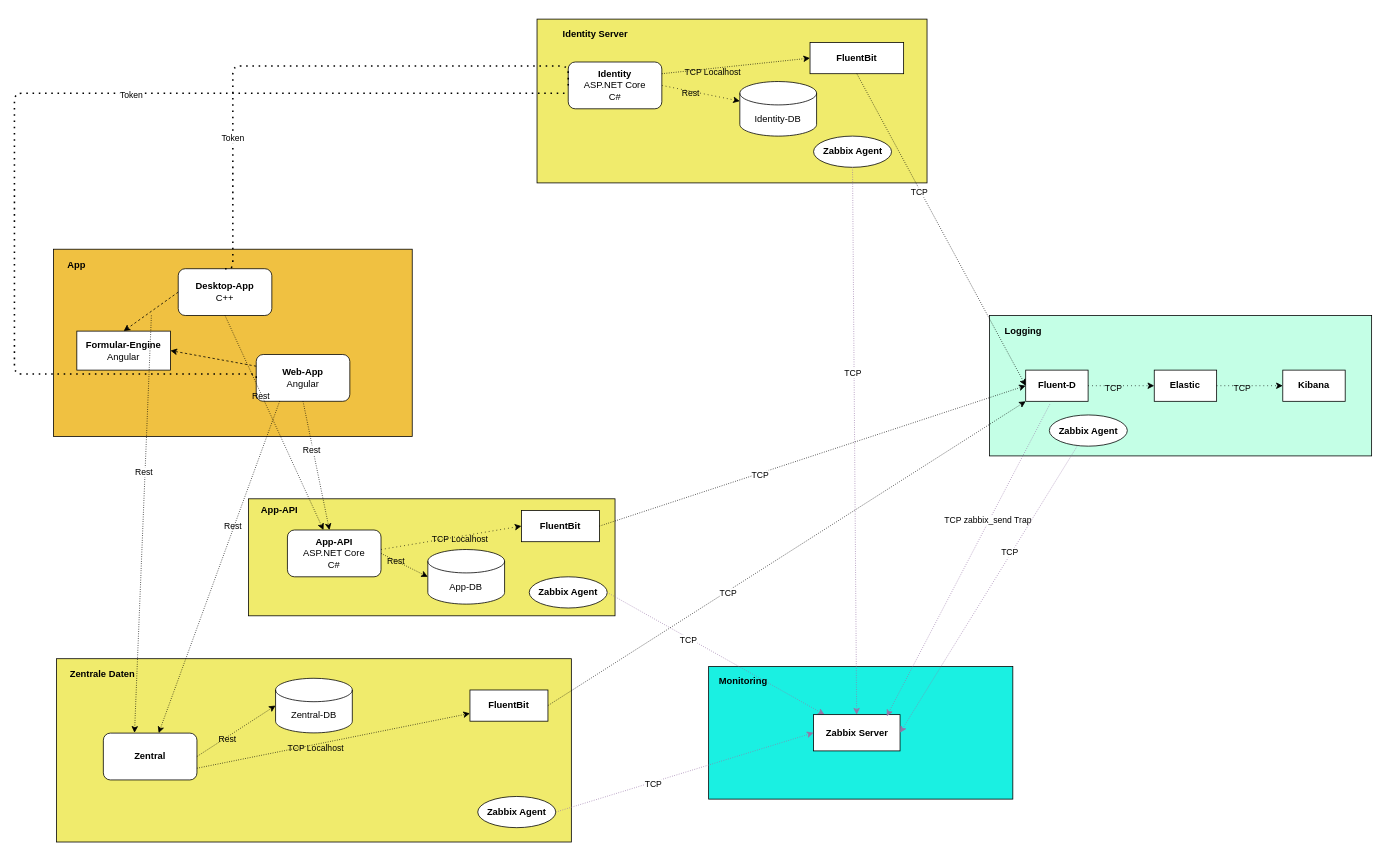
This is NextGen.drawio from mats68/next-gen-diagramm, a draw.io file, before an edit. Source tidied: cells renumbered, new cells numbered last; positions are measured from the earlier drawing's top-left corner, leaving out a move shared by most shapes. Both pictures are drawn from the tidied source at 78%, with x=0, y=0 at pixel (14, 19).
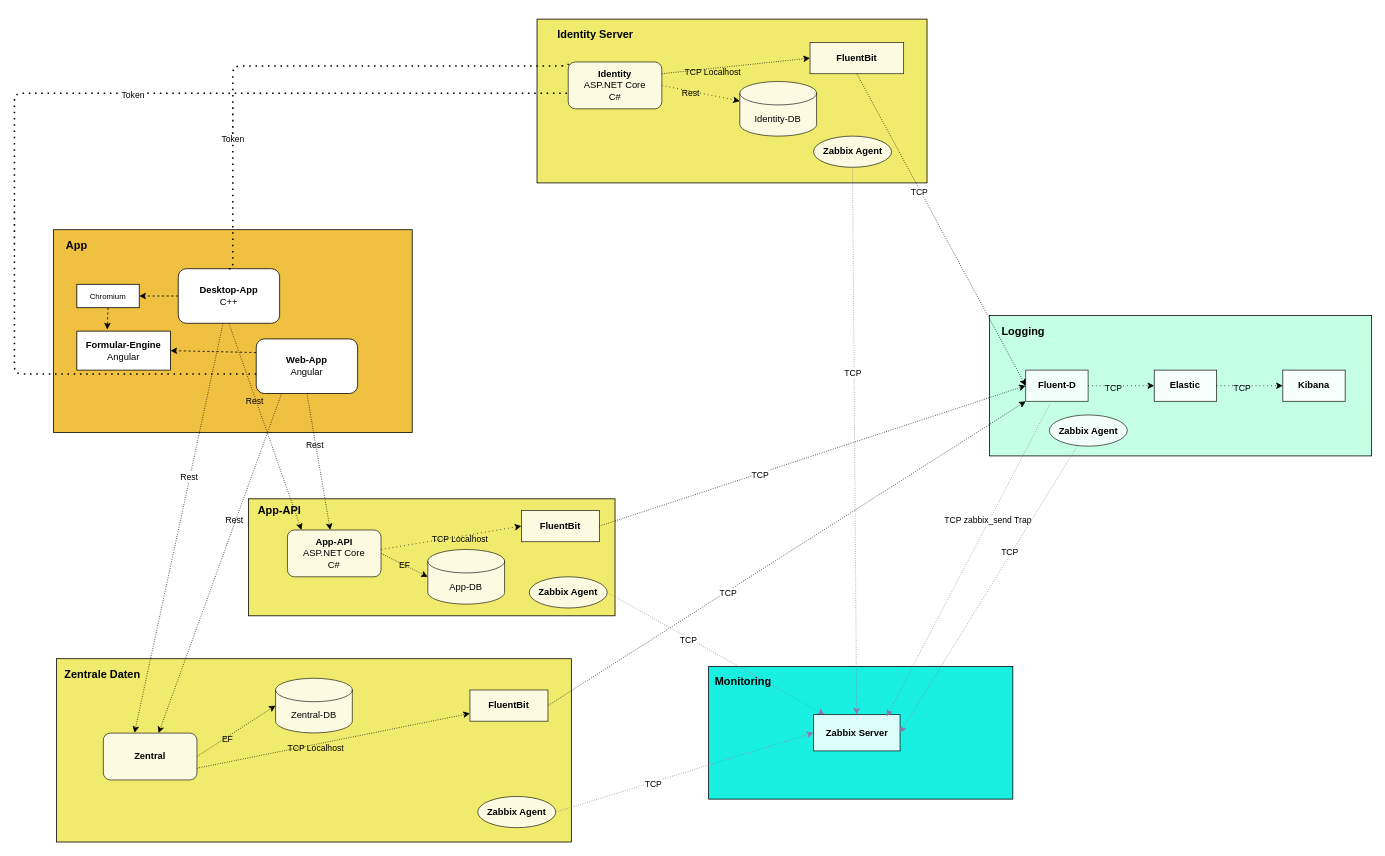
The same diagram, later.

Unchanged cells that the change refers to:
```xml
<mxCell id="10" value="Formular-Engine&lt;br&gt;&lt;span style=&quot;font-weight: normal&quot;&gt;Angular&lt;/span&gt;" style="rounded=0;whiteSpace=wrap;html=1;fontStyle=1;" parent="1" vertex="1">
  <mxGeometry x="80" y="400" width="120" height="50" as="geometry" />
</mxCell>
<mxCell id="40" style="edgeStyle=none;rounded=0;jettySize=auto;html=1;exitX=0.5;exitY=1;exitDx=0;exitDy=0;dashed=1;dashPattern=1 2;" parent="1" edge="1" source="4" target="80">
  <mxGeometry relative="1" as="geometry" />
</mxCell>
<mxCell id="48" style="edgeStyle=none;rounded=0;jettySize=auto;html=1;exitX=1;exitY=0.5;exitDx=0;exitDy=0;entryX=0;entryY=0.5;entryDx=0;entryDy=0;entryPerimeter=0;dashed=1;dashPattern=1 2;" parent="1" edge="1" source="43" target="44">
  <mxGeometry x="84" y="790" as="geometry" />
</mxCell>
```

Diff of the diagram source:
```diff
@@
     <mxCell id="3" style="rounded=0;whiteSpace=wrap;html=1;fillColor=#F0C141;" parent="1" vertex="1">
-      <mxGeometry x="50" y="295" width="460" height="240" as="geometry" />
+      <mxGeometry x="50" y="270" width="460" height="260" as="geometry" />
     </mxCell>
     <mxCell id="4" value="&lt;b&gt;Web-App&lt;/b&gt;&lt;br&gt;Angular" style="rounded=1;whiteSpace=wrap;html=1;" parent="1" vertex="1">
-      <mxGeometry x="310" y="430" width="120" height="60" as="geometry" />
+      <mxGeometry x="310" y="410" width="130" height="70" as="geometry" />
     </mxCell>
@@
-    <mxCell id="8" value="&lt;b&gt;Identity&lt;/b&gt;&lt;br&gt;ASP.NET Core&lt;br&gt;C#" style="rounded=1;whiteSpace=wrap;html=1;" parent="1" vertex="1">
+    <mxCell id="8" value="&lt;b&gt;Identity&lt;/b&gt;&lt;br&gt;ASP.NET Core&lt;br&gt;C#" style="rounded=1;whiteSpace=wrap;html=1;opacity=80;" parent="1" vertex="1">
       <mxGeometry x="710" y="55" width="120" height="60" as="geometry" />
     </mxCell>
     <mxCell id="9" value="&lt;b&gt;Desktop-App&lt;/b&gt;&lt;br&gt;C++" style="rounded=1;whiteSpace=wrap;html=1;" parent="1" vertex="1">
-      <mxGeometry x="210" y="320" width="120" height="60" as="geometry" />
+      <mxGeometry x="210" y="320" width="130" height="70" as="geometry" />
     </mxCell>
@@
-    <mxCell id="14" value="&lt;b&gt;App&lt;/b&gt;" style="text;html=1;strokeColor=none;fillColor=none;align=center;verticalAlign=middle;whiteSpace=wrap;rounded=0;" parent="1" vertex="1">
-      <mxGeometry x="60" y="305" width="40" height="20" as="geometry" />
+    <mxCell id="14" value="&lt;b style=&quot;font-size: 14px;&quot;&gt;App&lt;/b&gt;" style="text;html=1;strokeColor=none;fillColor=none;align=center;verticalAlign=middle;whiteSpace=wrap;rounded=0;fontSize=14;" parent="1" vertex="1">
+      <mxGeometry x="60" y="280" width="40" height="20" as="geometry" />
     </mxCell>
-    <mxCell id="15" value="Identity-DB" style="shape=cylinder3;whiteSpace=wrap;html=1;boundedLbl=1;backgroundOutline=1;size=15;" parent="1" vertex="1">
+    <mxCell id="15" value="Identity-DB" style="shape=cylinder3;whiteSpace=wrap;html=1;boundedLbl=1;backgroundOutline=1;size=15;opacity=80;" parent="1" vertex="1">
       <mxGeometry x="930" y="80" width="98.4" height="70" as="geometry" />
     </mxCell>
-    <mxCell id="16" value="&lt;b&gt;FluentBit&lt;/b&gt;" style="rounded=0;whiteSpace=wrap;html=1;" parent="1" vertex="1">
+    <mxCell id="16" value="&lt;b&gt;FluentBit&lt;/b&gt;" style="rounded=0;whiteSpace=wrap;html=1;opacity=80;" parent="1" vertex="1">
       <mxGeometry x="1020" y="30" width="120" height="40" as="geometry" />
     </mxCell>
-    <mxCell id="17" value="&lt;b&gt;FluentBit&lt;/b&gt;" style="rounded=0;whiteSpace=wrap;html=1;" parent="1" vertex="1">
+    <mxCell id="17" value="&lt;b&gt;FluentBit&lt;/b&gt;" style="rounded=0;whiteSpace=wrap;html=1;opacity=80;" parent="1" vertex="1">
       <mxGeometry x="650" y="630" width="100" height="40" as="geometry" />
     </mxCell>
-    <mxCell id="18" value="&lt;b&gt;Zabbix Agent&lt;/b&gt;" style="ellipse;whiteSpace=wrap;html=1;" parent="1" vertex="1">
+    <mxCell id="18" value="&lt;b&gt;Zabbix Agent&lt;/b&gt;" style="ellipse;whiteSpace=wrap;html=1;opacity=80;" parent="1" vertex="1">
       <mxGeometry x="1024.5" y="150" width="100" height="40" as="geometry" />
     </mxCell>
-    <mxCell id="19" value="&lt;b&gt;Zabbix Agent&lt;/b&gt;" style="ellipse;whiteSpace=wrap;html=1;" parent="1" vertex="1">
+    <mxCell id="19" value="&lt;b&gt;Zabbix Agent&lt;/b&gt;" style="ellipse;whiteSpace=wrap;html=1;opacity=80;" parent="1" vertex="1">
       <mxGeometry x="660" y="715" width="100" height="40" as="geometry" />
     </mxCell>
@@
-    <mxCell id="21" value="&lt;b&gt;Identity Server&lt;/b&gt;" style="text;html=1;strokeColor=none;fillColor=none;align=center;verticalAlign=middle;whiteSpace=wrap;rounded=0;" parent="1" vertex="1">
+    <mxCell id="21" value="&lt;b style=&quot;font-size: 14px;&quot;&gt;Identity Server&lt;/b&gt;" style="text;html=1;strokeColor=none;fillColor=none;align=center;verticalAlign=middle;whiteSpace=wrap;rounded=0;fontSize=14;" parent="1" vertex="1">
       <mxGeometry x="690" y="10" width="110" height="20" as="geometry" />
     </mxCell>
@@
-    <mxCell id="30" style="endArrow=none;dashed=1;html=1;dashPattern=1 3;strokeWidth=2;entryX=0;entryY=0.5;entryDx=0;entryDy=0;exitX=0.5;exitY=0;exitDx=0;exitDy=0;edgeStyle=orthogonalEdgeStyle;" parent="1" edge="1" source="9" target="8">
+    <mxCell id="30" style="endArrow=none;dashed=1;html=1;dashPattern=1 3;strokeWidth=2;entryX=0;entryY=0;entryDx=0;entryDy=0;exitX=0.5;exitY=0;exitDx=0;exitDy=0;edgeStyle=orthogonalEdgeStyle;" parent="1" edge="1" source="9" target="8">
       <mxGeometry relative="1" as="geometry">
         <Array as="points">
+          <mxPoint x="280" y="320" />
           <mxPoint x="280" y="60" />
           <mxPoint x="710" y="60" />
         </Array>
       </mxGeometry>
     </mxCell>
@@
-    <mxCell id="32" style="endArrow=none;dashed=1;html=1;dashPattern=1 3;strokeWidth=2;exitX=0;exitY=0.5;exitDx=0;exitDy=0;edgeStyle=orthogonalEdgeStyle;" parent="1" edge="1" source="4">
+    <mxCell id="32" style="endArrow=none;dashed=1;html=1;dashPattern=1 3;strokeWidth=2;edgeStyle=orthogonalEdgeStyle;" parent="1" edge="1">
       <mxGeometry relative="1" as="geometry">
+        <mxPoint x="310" y="455" as="sourcePoint" />
         <mxPoint x="710" y="95" as="targetPoint" />
         <Array as="points">
           <mxPoint y="455" />
           <mxPoint y="95" />
         </Array>
       </mxGeometry>
     </mxCell>
@@
-    <mxCell id="35" value="Monitoring&lt;br&gt;" style="text;html=1;strokeColor=none;fillColor=none;align=center;verticalAlign=middle;whiteSpace=wrap;rounded=0;fontStyle=1;" parent="1" vertex="1">
+    <mxCell id="35" value="Monitoring&lt;br style=&quot;font-size: 14px;&quot;&gt;" style="text;html=1;strokeColor=none;fillColor=none;align=center;verticalAlign=middle;whiteSpace=wrap;rounded=0;fontStyle=1;fontSize=14;" parent="1" vertex="1">
       <mxGeometry x="870" y="836.9" width="129.4" height="23.3" as="geometry" />
     </mxCell>
-    <mxCell id="36" value="&lt;b&gt;Zabbix Server&lt;/b&gt;" style="rounded=0;whiteSpace=wrap;html=1;" parent="1" vertex="1">
+    <mxCell id="36" value="&lt;b&gt;Zabbix Server&lt;/b&gt;" style="rounded=0;whiteSpace=wrap;html=1;strokeWidth=1;perimeterSpacing=0;opacity=85;" parent="1" vertex="1">
       <mxGeometry x="1024.5" y="891.7" width="110.9" height="46.5" as="geometry" />
     </mxCell>
-    <mxCell id="37" style="endArrow=classic;html=1;entryX=0.5;entryY=0;entryDx=0;entryDy=0;dashed=1;exitX=0;exitY=0.5;exitDx=0;exitDy=0;" parent="1" edge="1" source="9" target="10">
+    <mxCell id="37" style="endArrow=classic;html=1;entryX=1;entryY=0.5;entryDx=0;entryDy=0;dashed=1;exitX=0;exitY=0.5;exitDx=0;exitDy=0;" parent="1" edge="1" source="9" target="84">
       <mxGeometry relative="1" as="geometry" />
     </mxCell>
-    <mxCell id="38" style="edgeStyle=none;rounded=0;jettySize=auto;html=1;exitX=0.5;exitY=1;exitDx=0;exitDy=0;dashed=1;dashPattern=1 2;" parent="1" edge="1" source="9" target="80">
+    <mxCell id="38" style="edgeStyle=none;rounded=0;jettySize=auto;html=1;exitX=0.5;exitY=1;exitDx=0;exitDy=0;dashed=1;dashPattern=1 2;entryX=0.15;entryY=0;entryDx=0;entryDy=0;entryPerimeter=0;" parent="1" edge="1" source="9" target="80">
       <mxGeometry relative="1" as="geometry" />
     </mxCell>
@@
-    <mxCell id="41" value="Rest" style="edgeLabel;html=1;align=center;verticalAlign=middle;" parent="40" vertex="1">
+    <mxCell id="41" value="Rest" style="edgeLabel;html=1;align=center;verticalAlign=middle;labelBackgroundColor=none;" parent="40" vertex="1">
       <mxGeometry x="-0.25" y="-2" relative="1" as="geometry" />
     </mxCell>
@@
-    <mxCell id="43" value="&lt;b&gt;Zentral&lt;/b&gt;" style="rounded=1;whiteSpace=wrap;html=1;" parent="1" vertex="1">
+    <mxCell id="43" value="&lt;b&gt;Zentral&lt;/b&gt;" style="rounded=1;whiteSpace=wrap;html=1;opacity=80;" parent="1" vertex="1">
       <mxGeometry x="114" y="915.4" width="120" height="60" as="geometry" />
     </mxCell>
-    <mxCell id="44" value="Zentral-DB" style="shape=cylinder3;whiteSpace=wrap;html=1;boundedLbl=1;backgroundOutline=1;size=15;" parent="1" vertex="1">
+    <mxCell id="44" value="Zentral-DB" style="shape=cylinder3;whiteSpace=wrap;html=1;boundedLbl=1;backgroundOutline=1;size=15;opacity=80;" parent="1" vertex="1">
       <mxGeometry x="334.8" y="845.1" width="98.4" height="70" as="geometry" />
     </mxCell>
-    <mxCell id="45" value="&lt;b&gt;Zentrale Daten&lt;/b&gt;" style="text;html=1;strokeColor=none;fillColor=none;align=center;verticalAlign=middle;whiteSpace=wrap;rounded=0;" parent="1" vertex="1">
+    <mxCell id="45" value="&lt;b style=&quot;font-size: 14px;&quot;&gt;Zentrale Daten&lt;/b&gt;" style="text;html=1;strokeColor=none;fillColor=none;align=center;verticalAlign=middle;whiteSpace=wrap;rounded=0;fontSize=14;" parent="1" vertex="1">
       <mxGeometry x="60" y="830" width="106" height="20" as="geometry" />
     </mxCell>
-    <mxCell id="46" value="&lt;b&gt;FluentBit&lt;/b&gt;" style="rounded=0;whiteSpace=wrap;html=1;" parent="1" vertex="1">
+    <mxCell id="46" value="&lt;b&gt;FluentBit&lt;/b&gt;" style="rounded=0;whiteSpace=wrap;html=1;opacity=80;" parent="1" vertex="1">
       <mxGeometry x="584" y="860.1" width="100" height="40" as="geometry" />
     </mxCell>
-    <mxCell id="47" value="&lt;b&gt;Zabbix Agent&lt;/b&gt;" style="ellipse;whiteSpace=wrap;html=1;" parent="1" vertex="1">
+    <mxCell id="47" value="&lt;b&gt;Zabbix Agent&lt;/b&gt;" style="ellipse;whiteSpace=wrap;html=1;opacity=80;" parent="1" vertex="1">
       <mxGeometry x="594" y="996.6" width="100" height="40" as="geometry" />
     </mxCell>
@@
-    <mxCell id="49" value="Rest" style="edgeLabel;html=1;align=center;verticalAlign=middle;labelBackgroundColor=none;" parent="48" vertex="1">
+    <mxCell id="49" value="EF" style="edgeLabel;html=1;align=center;verticalAlign=middle;labelBackgroundColor=none;" parent="48" vertex="1">
       <mxGeometry x="-0.25" y="-2" relative="1" as="geometry" />
     </mxCell>
@@
-    <mxCell id="52" style="edgeStyle=none;rounded=0;jettySize=auto;html=1;dashed=1;dashPattern=1 2;exitX=0.273;exitY=0.354;exitDx=0;exitDy=0;exitPerimeter=0;entryX=0.333;entryY=-0.007;entryDx=0;entryDy=0;entryPerimeter=0;" parent="1" edge="1" source="3" target="43">
+    <mxCell id="52" style="edgeStyle=none;rounded=0;jettySize=auto;html=1;dashed=1;dashPattern=1 2;exitX=0.442;exitY=1;exitDx=0;exitDy=0;exitPerimeter=0;entryX=0.333;entryY=-0.007;entryDx=0;entryDy=0;entryPerimeter=0;" parent="1" edge="1" source="9" target="43">
       <mxGeometry relative="1" as="geometry" />
     </mxCell>
@@
-    <mxCell id="58" style="group;" parent="1" vertex="1">
-      <mxGeometry x="1250" y="380" width="490" height="180" as="geometry" />
-    </mxCell>
+    <mxCell id="79" value="App-DB" style="shape=cylinder3;whiteSpace=wrap;html=1;boundedLbl=1;backgroundOutline=1;size=15;opacity=80;" parent="1" vertex="1">
+      <mxGeometry x="530" y="680" width="98.4" height="70" as="geometry" />
+    </mxCell>
+    <mxCell id="80" value="&lt;b&gt;App-API&lt;/b&gt;&lt;br&gt;ASP.NET Core&lt;br&gt;C#" style="rounded=1;whiteSpace=wrap;html=1;opacity=80;" parent="1" vertex="1">
+      <mxGeometry x="350" y="655" width="120" height="60" as="geometry" />
+    </mxCell>
+    <mxCell id="81" value="EF" style="endArrow=classic;html=1;dashed=1;dashPattern=1 2;exitX=1;exitY=0.5;exitDx=0;exitDy=0;entryX=0;entryY=0.5;entryDx=0;entryDy=0;entryPerimeter=0;labelBackgroundColor=none;" parent="1" edge="1" source="80" target="79">
+      <mxGeometry x="330" y="585" as="geometry" />
+    </mxCell>
+    <mxCell id="83" value="&lt;b style=&quot;font-size: 14px;&quot;&gt;App-API&lt;/b&gt;" style="text;html=1;strokeColor=none;fillColor=none;align=center;verticalAlign=middle;whiteSpace=wrap;rounded=0;fontSize=14;" parent="1" vertex="1">
+      <mxGeometry x="310" y="620" width="60" height="20" as="geometry" />
+    </mxCell>
+    <mxCell id="84" value="Chromium" style="rounded=0;whiteSpace=wrap;html=1;fontStyle=0;fontSize=10;labelBackgroundColor=none;" parent="1" vertex="1">
+      <mxGeometry x="80" y="340" width="80" height="30" as="geometry" />
+    </mxCell>
+    <mxCell id="85" style="endArrow=classic;html=1;dashed=1;exitX=0.5;exitY=1;exitDx=0;exitDy=0;entryX=0.325;entryY=-0.04;entryDx=0;entryDy=0;entryPerimeter=0;" parent="1" edge="1" source="84" target="10">
+      <mxGeometry relative="1" as="geometry" />
+    </mxCell>
-    <mxCell id="59" style="rounded=0;whiteSpace=wrap;html=1;fillColor=#C4FFE6;" parent="58" vertex="1">
-      <mxGeometry width="490" height="180" as="geometry" />
+    <mxCell id="59" style="rounded=0;whiteSpace=wrap;html=1;fillColor=#C4FFE6;fontStyle=4;" parent="1" vertex="1">
+      <mxGeometry x="1250" y="380" width="490" height="180" as="geometry" />
     </mxCell>
-    <mxCell id="60" value="&lt;b&gt;Logging&lt;/b&gt;" style="text;html=1;strokeColor=none;fillColor=none;align=center;verticalAlign=middle;whiteSpace=wrap;rounded=0;" parent="58" vertex="1">
-      <mxGeometry x="20" y="10" width="46.8" height="20" as="geometry" />
+    <mxCell id="60" value="&lt;b style=&quot;font-size: 14px;&quot;&gt;Logging&lt;/b&gt;" style="text;html=1;strokeColor=none;fillColor=none;align=center;verticalAlign=middle;whiteSpace=wrap;rounded=0;fontSize=14;" parent="1" vertex="1">
+      <mxGeometry x="1270" y="390" width="46.8" height="20" as="geometry" />
     </mxCell>
-    <mxCell id="61" value="&lt;b&gt;Fluent-D&lt;/b&gt;" style="rounded=0;whiteSpace=wrap;html=1;" parent="58" vertex="1">
-      <mxGeometry x="46.5" y="70" width="80" height="40" as="geometry" />
+    <mxCell id="61" value="&lt;b&gt;Fluent-D&lt;/b&gt;" style="rounded=0;whiteSpace=wrap;html=1;opacity=80;" parent="1" vertex="1">
+      <mxGeometry x="1296.5" y="450" width="80" height="40" as="geometry" />
     </mxCell>
-    <mxCell id="62" value="&lt;b&gt;Elastic&lt;br&gt;&lt;/b&gt;" style="rounded=0;whiteSpace=wrap;html=1;" parent="58" vertex="1">
-      <mxGeometry x="211.3" y="70" width="80" height="40" as="geometry" />
+    <mxCell id="62" value="&lt;b&gt;Elastic&lt;br&gt;&lt;/b&gt;" style="rounded=0;whiteSpace=wrap;html=1;opacity=85;" parent="1" vertex="1">
+      <mxGeometry x="1461.3" y="450" width="80" height="40" as="geometry" />
     </mxCell>
-    <mxCell id="63" value="&lt;b&gt;Kibana&lt;/b&gt;" style="rounded=0;whiteSpace=wrap;html=1;" parent="58" vertex="1">
-      <mxGeometry x="376.1" y="70" width="80" height="40" as="geometry" />
+    <mxCell id="63" value="&lt;b&gt;Kibana&lt;/b&gt;" style="rounded=0;whiteSpace=wrap;html=1;opacity=85;" parent="1" vertex="1">
+      <mxGeometry x="1626.1" y="450" width="80" height="40" as="geometry" />
     </mxCell>
-    <mxCell id="64" value="&lt;b&gt;Zabbix Agent&lt;/b&gt;" style="ellipse;whiteSpace=wrap;html=1;" parent="58" vertex="1">
-      <mxGeometry x="76.8" y="127.5" width="100" height="40" as="geometry" />
+    <mxCell id="64" value="&lt;b&gt;Zabbix Agent&lt;/b&gt;" style="ellipse;whiteSpace=wrap;html=1;opacity=80;" parent="1" vertex="1">
+      <mxGeometry x="1326.8" y="507.5" width="100" height="40" as="geometry" />
     </mxCell>
-    <mxCell id="65" style="edgeStyle=none;rounded=0;jettySize=auto;html=1;exitX=1;exitY=0.5;exitDx=0;exitDy=0;entryX=0;entryY=0.5;entryDx=0;entryDy=0;dashed=1;dashPattern=1 4;" parent="58" edge="1" source="61" target="62">
-      <mxGeometry x="10" y="5" as="geometry" />
+    <mxCell id="65" style="edgeStyle=none;rounded=0;jettySize=auto;html=1;exitX=1;exitY=0.5;exitDx=0;exitDy=0;entryX=0;entryY=0.5;entryDx=0;entryDy=0;dashed=1;dashPattern=1 4;" parent="1" edge="1" source="61" target="62">
+      <mxGeometry x="1290" y="355" as="geometry" />
     </mxCell>
@@
-    <mxCell id="67" style="edgeStyle=none;rounded=0;jettySize=auto;html=1;exitX=1;exitY=0.5;exitDx=0;exitDy=0;entryX=0;entryY=0.5;entryDx=0;entryDy=0;labelBackgroundColor=none;dashed=1;dashPattern=1 4;" parent="58" edge="1" source="62" target="63">
-      <mxGeometry x="10" y="5" as="geometry" />
+    <mxCell id="67" style="edgeStyle=none;rounded=0;jettySize=auto;html=1;exitX=1;exitY=0.5;exitDx=0;exitDy=0;entryX=0;entryY=0.5;entryDx=0;entryDy=0;labelBackgroundColor=none;dashed=1;dashPattern=1 4;" parent="1" edge="1" source="62" target="63">
+      <mxGeometry x="1290" y="355" as="geometry" />
     </mxCell>
@@
+    <mxCell id="75" style="edgeStyle=none;rounded=0;jettySize=auto;html=1;exitX=1;exitY=0.5;exitDx=0;exitDy=0;entryX=0;entryY=0.5;entryDx=0;entryDy=0;dashed=1;dashPattern=1 2;" parent="1" edge="1" source="17" target="61">
+      <mxGeometry relative="1" as="geometry" />
+    </mxCell>
+    <mxCell id="76" value="TCP" style="edgeLabel;html=1;align=center;verticalAlign=middle;" parent="75" vertex="1">
+      <mxGeometry x="-0.25" y="-2" relative="1" as="geometry" />
+    </mxCell>
+    <mxCell id="77" style="edgeStyle=none;rounded=0;jettySize=auto;html=1;exitX=1;exitY=0.5;exitDx=0;exitDy=0;dashed=1;dashPattern=1 2;entryX=0;entryY=1;entryDx=0;entryDy=0;" parent="1" edge="1" source="46" target="61">
+      <mxGeometry relative="1" as="geometry" />
+    </mxCell>
+    <mxCell id="78" value="TCP" style="edgeLabel;html=1;align=center;verticalAlign=middle;" parent="77" vertex="1">
+      <mxGeometry x="-0.25" y="-2" relative="1" as="geometry" />
+    </mxCell>
@@
-    <mxCell id="75" style="edgeStyle=none;rounded=0;jettySize=auto;html=1;exitX=1;exitY=0.5;exitDx=0;exitDy=0;entryX=0;entryY=0.5;entryDx=0;entryDy=0;dashed=1;dashPattern=1 2;" parent="1" edge="1" source="17" target="61">
-      <mxGeometry relative="1" as="geometry" />
-    </mxCell>
-    <mxCell id="76" value="TCP" style="edgeLabel;html=1;align=center;verticalAlign=middle;" parent="75" vertex="1">
-      <mxGeometry x="-0.25" y="-2" relative="1" as="geometry" />
-    </mxCell>
-    <mxCell id="77" style="edgeStyle=none;rounded=0;jettySize=auto;html=1;exitX=1;exitY=0.5;exitDx=0;exitDy=0;dashed=1;dashPattern=1 2;entryX=0;entryY=1;entryDx=0;entryDy=0;" parent="1" edge="1" source="46" target="61">
-      <mxGeometry relative="1" as="geometry" />
-    </mxCell>
-    <mxCell id="78" value="TCP" style="edgeLabel;html=1;align=center;verticalAlign=middle;" parent="77" vertex="1">
-      <mxGeometry x="-0.25" y="-2" relative="1" as="geometry" />
-    </mxCell>
-    <mxCell id="79" value="App-DB" style="shape=cylinder3;whiteSpace=wrap;html=1;boundedLbl=1;backgroundOutline=1;size=15;" parent="1" vertex="1">
-      <mxGeometry x="530" y="680" width="98.4" height="70" as="geometry" />
-    </mxCell>
-    <mxCell id="80" value="&lt;b&gt;App-API&lt;/b&gt;&lt;br&gt;ASP.NET Core&lt;br&gt;C#" style="rounded=1;whiteSpace=wrap;html=1;" parent="1" vertex="1">
-      <mxGeometry x="350" y="655" width="120" height="60" as="geometry" />
-    </mxCell>
-    <mxCell id="81" style="endArrow=classic;html=1;dashed=1;dashPattern=1 2;exitX=1;exitY=0.5;exitDx=0;exitDy=0;entryX=0;entryY=0.5;entryDx=0;entryDy=0;entryPerimeter=0;" parent="1" edge="1" source="80" target="79">
-      <mxGeometry x="330" y="585" as="geometry" />
-    </mxCell>
-    <mxCell id="82" value="Rest" style="edgeLabel;html=1;align=center;verticalAlign=middle;labelBackgroundColor=none;" parent="81" vertex="1">
-      <mxGeometry x="-0.37" relative="1" as="geometry" />
-    </mxCell>
-    <mxCell id="83" value="&lt;b&gt;App-API&lt;/b&gt;" style="text;html=1;strokeColor=none;fillColor=none;align=center;verticalAlign=middle;whiteSpace=wrap;rounded=0;" parent="1" vertex="1">
-      <mxGeometry x="310" y="620" width="60" height="20" as="geometry" />
-    </mxCell>
```
